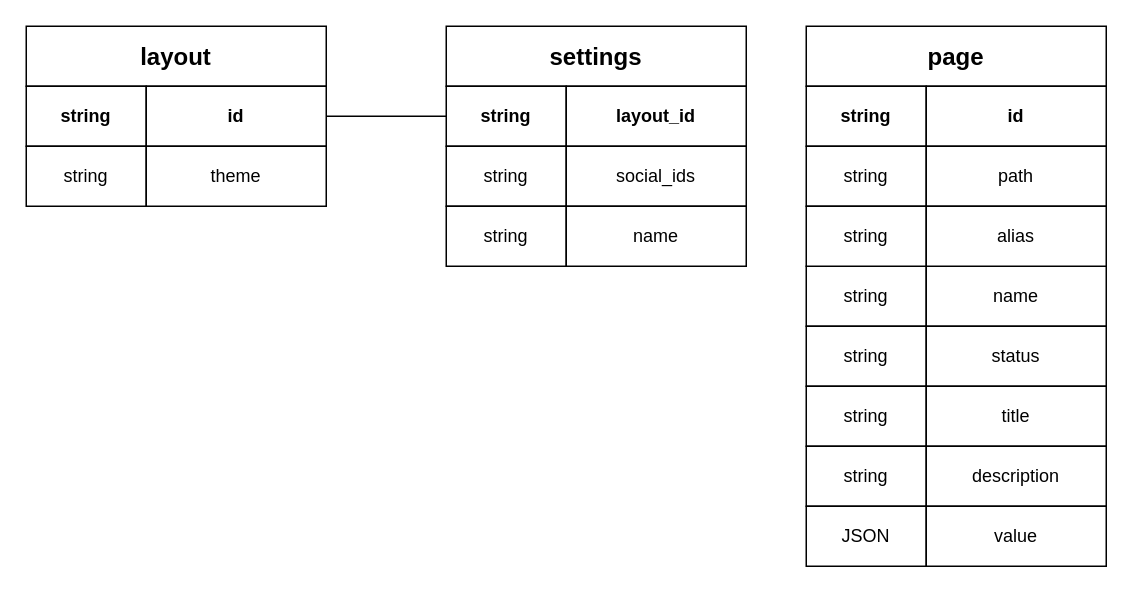
Above: docs/diagrams/Snitsweb_server.drawio in snitsweb/NextGenCMS (draw.io), before the change. Source tidied: cells renumbered, new cells numbered last; positions are measured from the earlier drawing's top-left corner, leaving out a move shared by most shapes. Both pictures are drawn from the tidied source at 150%, with x=0, y=0 at pixel (26, 26).
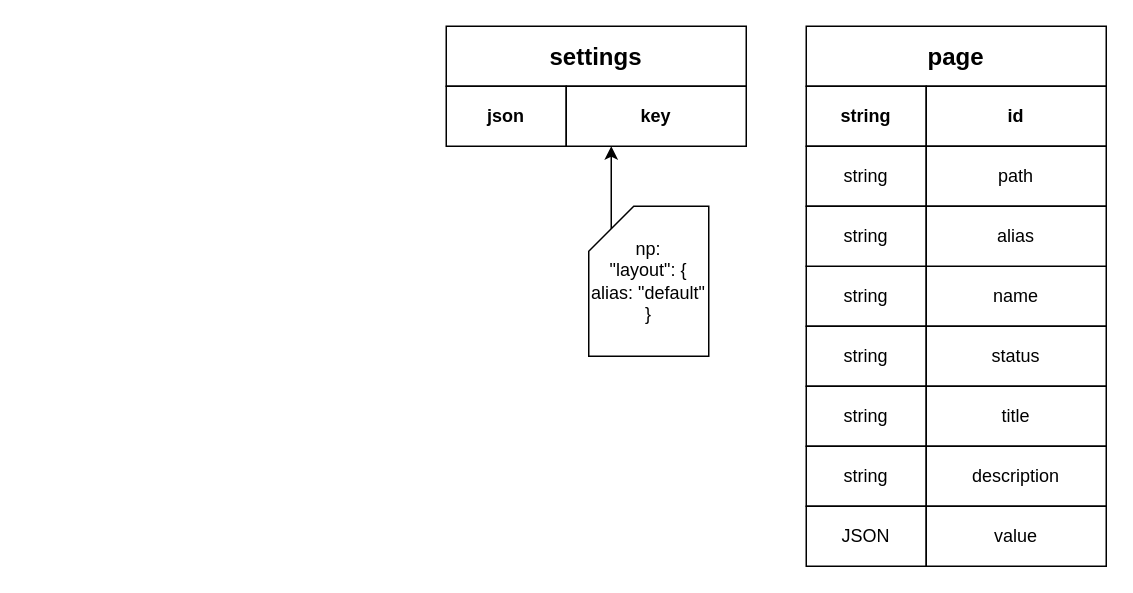
The same page after the edit.

Unchanged cells that the change refers to:
```xml
<mxCell id="28" style="group;" parent="1" vertex="1">
  <mxGeometry x="280" y="40" width="200" height="40" as="geometry" />
</mxCell>
```

What changed in the source:
```diff
@@
-    <mxCell id="29" value="&lt;b&gt;string&lt;/b&gt;" style="rounded=0;whiteSpace=wrap;html=1;" parent="28" vertex="1">
+    <mxCell id="29" value="&lt;b&gt;json&lt;/b&gt;" style="rounded=0;whiteSpace=wrap;html=1;" parent="28" vertex="1">
       <mxGeometry width="80" height="40" as="geometry" />
     </mxCell>
-    <mxCell id="30" value="&lt;b&gt;layout_id&lt;/b&gt;" style="rounded=0;whiteSpace=wrap;html=1;" parent="28" vertex="1">
+    <mxCell id="30" value="&lt;b&gt;key&lt;/b&gt;" style="rounded=0;whiteSpace=wrap;html=1;" parent="28" vertex="1">
       <mxGeometry x="80" width="120" height="40" as="geometry" />
     </mxCell>
-    <mxCell id="31" style="group;" parent="1" vertex="1">
-      <mxGeometry x="280" y="80" width="200" height="40" as="geometry" />
-    </mxCell>
-    <mxCell id="32" value="string" style="rounded=0;whiteSpace=wrap;html=1;" parent="31" vertex="1">
-      <mxGeometry width="80" height="40" as="geometry" />
-    </mxCell>
-    <mxCell id="33" value="social_ids" style="rounded=0;whiteSpace=wrap;html=1;" parent="31" vertex="1">
-      <mxGeometry x="80" width="120" height="40" as="geometry" />
-    </mxCell>
-    <mxCell id="34" style="group;" parent="1" vertex="1">
-      <mxGeometry x="280" y="120" width="200" height="40" as="geometry" />
-    </mxCell>
-    <mxCell id="35" value="string" style="rounded=0;whiteSpace=wrap;html=1;" parent="34" vertex="1">
-      <mxGeometry width="80" height="40" as="geometry" />
-    </mxCell>
-    <mxCell id="36" value="name" style="rounded=0;whiteSpace=wrap;html=1;" parent="34" vertex="1">
-      <mxGeometry x="80" width="120" height="40" as="geometry" />
-    </mxCell>
-    <mxCell id="37" value="&lt;b style=&quot;font-size: 16px;&quot;&gt;layout&lt;/b&gt;" style="rounded=0;whiteSpace=wrap;html=1;fontSize=16;" parent="1" vertex="1">
-      <mxGeometry width="200" height="40" as="geometry" />
-    </mxCell>
-    <mxCell id="38" style="group;" parent="1" vertex="1">
-      <mxGeometry y="40" width="200" height="40" as="geometry" />
-    </mxCell>
-    <mxCell id="39" value="&lt;b&gt;string&lt;/b&gt;" style="rounded=0;whiteSpace=wrap;html=1;" parent="38" vertex="1">
-      <mxGeometry width="80" height="40" as="geometry" />
-    </mxCell>
-    <mxCell id="40" value="&lt;b&gt;id&lt;/b&gt;" style="rounded=0;whiteSpace=wrap;html=1;" parent="38" vertex="1">
-      <mxGeometry x="80" width="120" height="40" as="geometry" />
-    </mxCell>
-    <mxCell id="41" style="group;" parent="1" vertex="1">
-      <mxGeometry y="80" width="200" height="40" as="geometry" />
-    </mxCell>
-    <mxCell id="42" value="string" style="rounded=0;whiteSpace=wrap;html=1;" parent="41" vertex="1">
-      <mxGeometry width="80" height="40" as="geometry" />
-    </mxCell>
-    <mxCell id="43" value="theme" style="rounded=0;whiteSpace=wrap;html=1;" parent="41" vertex="1">
-      <mxGeometry x="80" width="120" height="40" as="geometry" />
-    </mxCell>
-    <mxCell id="44" style="edgeStyle=orthogonalEdgeStyle;rounded=0;jettySize=auto;html=1;exitX=1;exitY=0.5;exitDx=0;exitDy=0;entryX=0;entryY=0.5;entryDx=0;entryDy=0;endArrow=none;endFill=0;" parent="1" edge="1" source="40" target="29">
-      <mxGeometry relative="1" as="geometry" />
-    </mxCell>
+    <mxCell id="45" style="edgeStyle=orthogonalEdgeStyle;rounded=0;jettySize=auto;html=1;exitX=0;exitY=0;exitDx=15;exitDy=15;exitPerimeter=0;entryX=0.25;entryY=1;entryDx=0;entryDy=0;" parent="1" edge="1" source="46" target="30">
+      <mxGeometry relative="1" as="geometry" />
+    </mxCell>
+    <mxCell id="46" value="np:&lt;br&gt;&quot;layout&quot;: {&lt;br&gt;alias: &quot;default&quot;&lt;br&gt;}" style="shape=card;whiteSpace=wrap;html=1;" parent="1" vertex="1">
+      <mxGeometry x="375" y="120" width="80" height="100" as="geometry" />
+    </mxCell>
```
